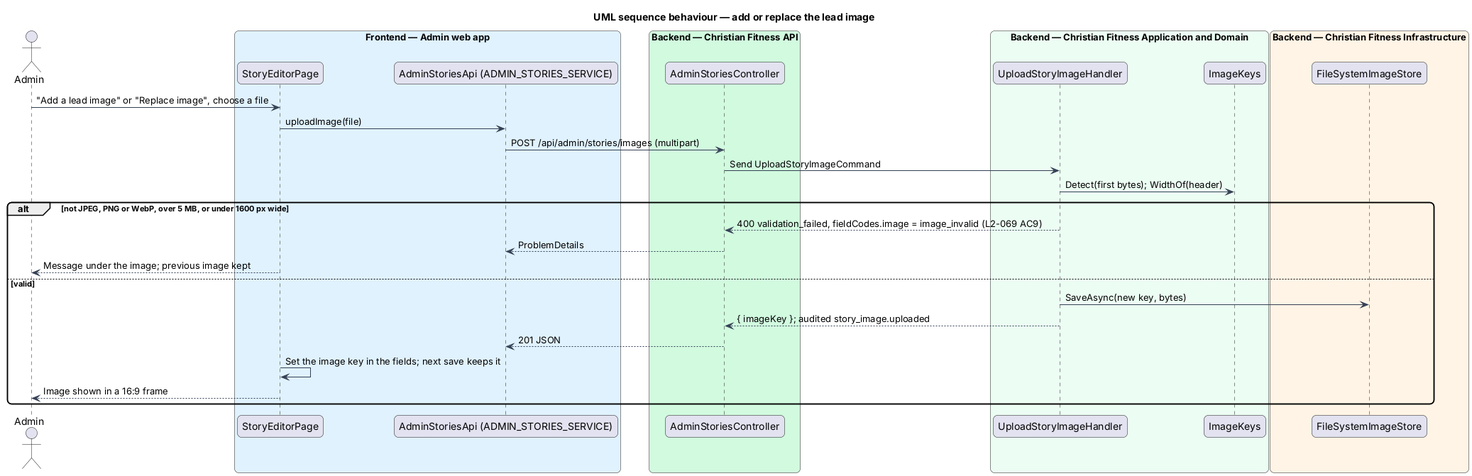
Earlier version of the PlantUML export docs/detailed-designs/publishing/write-review-publish-story/diagrams/sequence-upload-image.png (QuinntyneBrown/christian-fitness). Source of this version:
```plantuml
@startuml
title UML sequence behaviour — add or replace the lead image
skinparam backgroundColor #FFFFFF
skinparam shadowing false
skinparam roundcorner 12
skinparam defaultFontName Arial
skinparam ArrowColor #344054
actor "Admin" as actor
box "Frontend — Admin web app" #E0F2FE
  participant "StoryEditorPage" as page
  participant "AdminStoriesApi (ADMIN_STORIES_SERVICE)" as client
end box
box "Backend — Christian Fitness API" #D1FADF
  participant "AdminStoriesController" as ctrl
end box
box "Backend — Christian Fitness Application and Domain" #ECFDF3
  participant "UploadStoryImageHandler" as h
  participant "ImageKeys" as keys
end box
box "Backend — Christian Fitness Infrastructure" #FFF4E5
  participant "FileSystemImageStore" as store
end box
actor -> page : "Add a lead image" or "Replace image", choose a file
page -> client : uploadImage(file)
client -> ctrl : POST /api/admin/stories/images (multipart)
ctrl -> h : Send UploadStoryImageCommand
h -> keys : Detect(first bytes); WidthOf(header)
alt not JPEG, PNG or WebP, over 5 MB, or under 1600 px wide
  h --> ctrl : 400 validation_failed, fieldCodes.image = image_invalid (L2-069 AC9)
  ctrl --> client : ProblemDetails
  page --> actor : Message under the image; previous image kept
else valid
  h -> store : SaveAsync(new key, bytes)
  h --> ctrl : { imageKey }; audited story_image.uploaded
  ctrl --> client : 201 JSON
  page -> page : Set the image key in the fields; next save keeps it
  page --> actor : Image shown in a 16:9 frame
end
@enduml
```
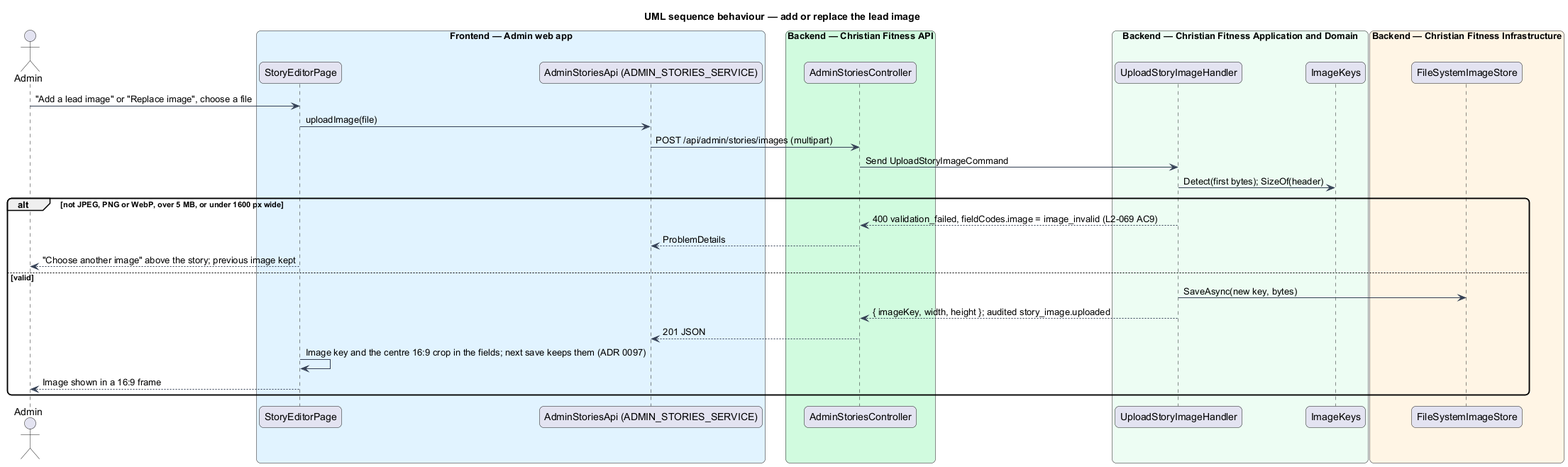
After the commit.

The edit, as a diff of the source:
```diff
@@ -24,16 +24,16 @@
 page -> client : uploadImage(file)
 client -> ctrl : POST /api/admin/stories/images (multipart)
 ctrl -> h : Send UploadStoryImageCommand
-h -> keys : Detect(first bytes); WidthOf(header)
+h -> keys : Detect(first bytes); SizeOf(header)
 alt not JPEG, PNG or WebP, over 5 MB, or under 1600 px wide
   h --> ctrl : 400 validation_failed, fieldCodes.image = image_invalid (L2-069 AC9)
   ctrl --> client : ProblemDetails
-  page --> actor : Message under the image; previous image kept
+  page --> actor : "Choose another image" above the story; previous image kept
 else valid
   h -> store : SaveAsync(new key, bytes)
-  h --> ctrl : { imageKey }; audited story_image.uploaded
+  h --> ctrl : { imageKey, width, height }; audited story_image.uploaded
   ctrl --> client : 201 JSON
-  page -> page : Set the image key in the fields; next save keeps it
+  page -> page : Image key and the centre 16:9 crop in the fields; next save keeps them (ADR 0097)
   page --> actor : Image shown in a 16:9 frame
 end
 @enduml
```
